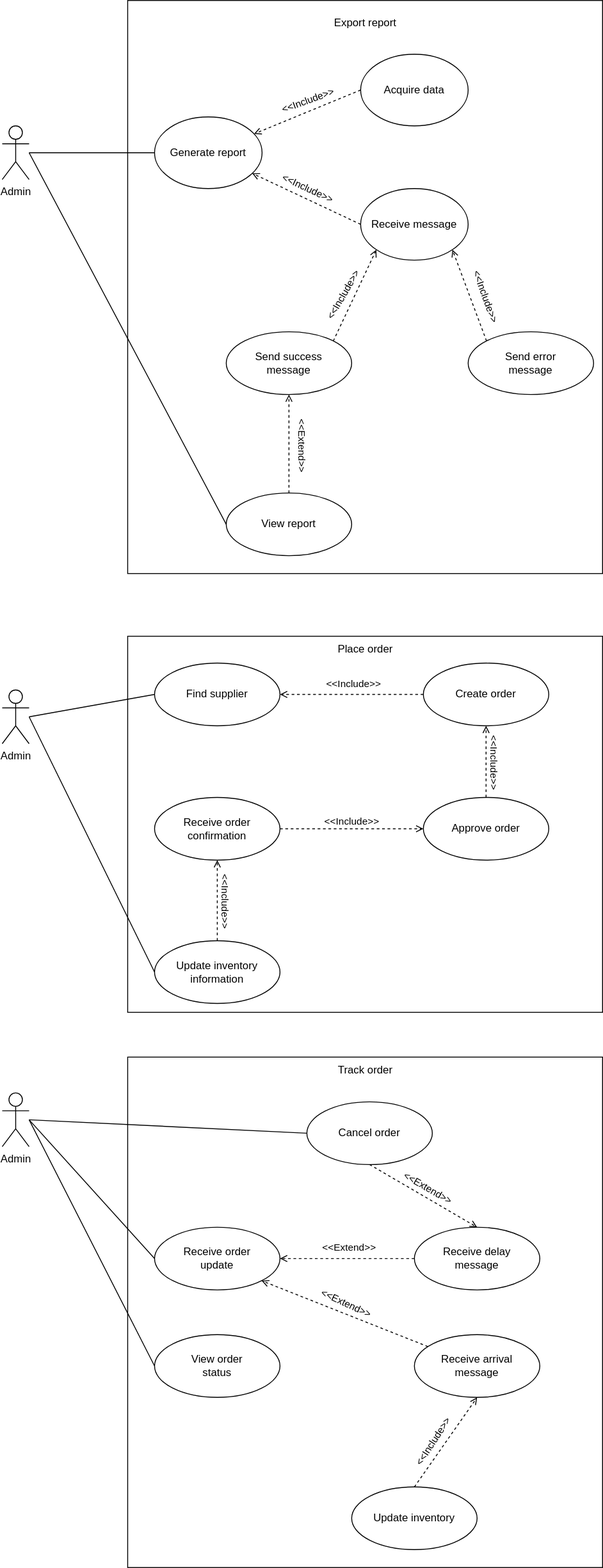
The draw.io diagram Untitled Diagram.drawio.svg in Simamkele88/IFM3_GP, before a commit. Source tidied: cells renumbered, new cells last; positions are measured from the earlier drawing's top-left corner, leaving out a move shared by most shapes.
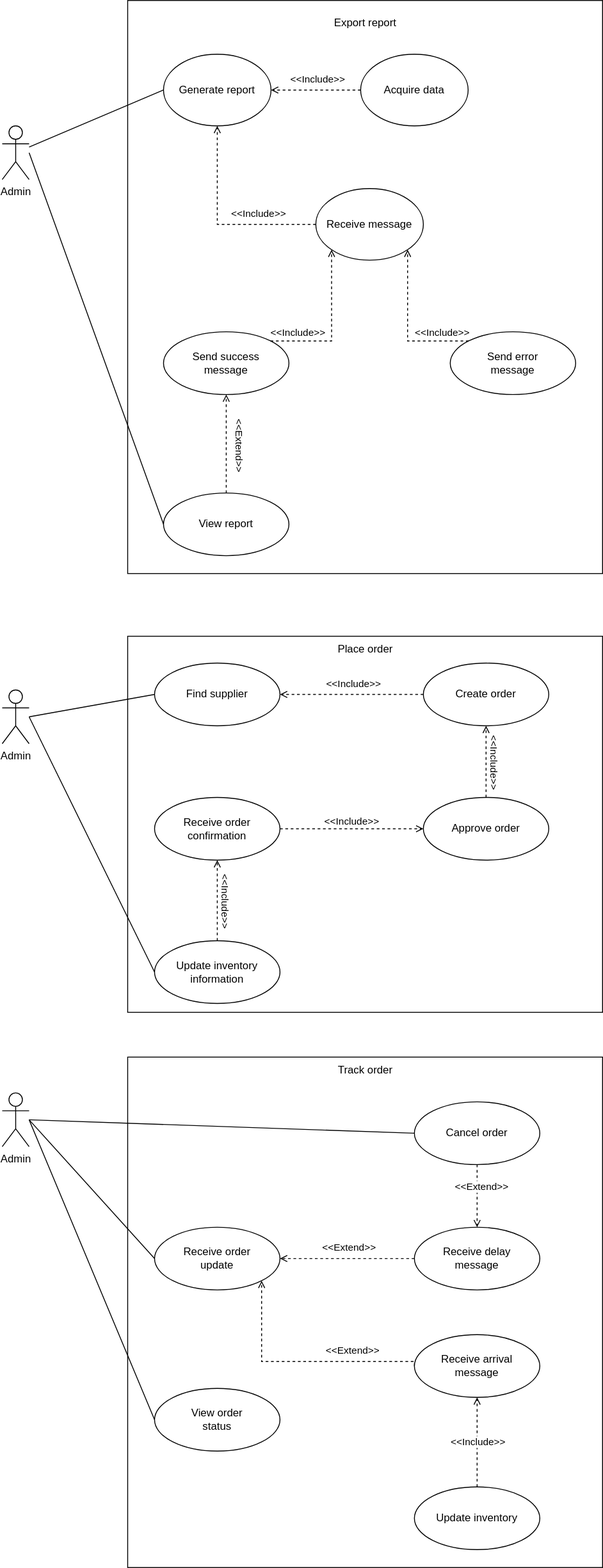
The same file after the commit.

What changed in the source:
```diff
@@ -8,7 +8,7 @@
     <mxCell id="3" style="rounded=0;jettySize=auto;html=1;exitX=0;exitY=0.5;exitDx=0;exitDy=0;dashed=1;endArrow=open;endFill=0;" parent="1" edge="1" source="5" target="7">
       <mxGeometry relative="1" as="geometry" />
     </mxCell>
-    <mxCell id="4" value="&amp;lt;&amp;lt;Include&amp;gt;&amp;gt;" style="edgeLabel;html=1;align=center;verticalAlign=middle;rotation=-20;" parent="3" vertex="1">
+    <mxCell id="4" value="&amp;lt;&amp;lt;Include&amp;gt;&amp;gt;" style="edgeLabel;html=1;align=center;verticalAlign=middle;rotation=0;" parent="3" vertex="1">
       <mxGeometry x="-0.01" y="-2" relative="1" as="geometry">
         <mxPoint y="-11" as="offset" />
       </mxGeometry>
@@ -20,10 +20,10 @@
       <mxGeometry x="352.5" y="10" width="105" height="30" as="geometry" />
     </mxCell>
     <mxCell id="7" value="Generate report" style="ellipse;whiteSpace=wrap;html=1;" parent="1" vertex="1">
-      <mxGeometry x="170" y="130" width="120" height="80" as="geometry" />
+      <mxGeometry x="180" y="60" width="120" height="80" as="geometry" />
     </mxCell>
     <mxCell id="8" value="Receive message" style="ellipse;whiteSpace=wrap;html=1;" parent="1" vertex="1">
-      <mxGeometry x="400" y="210" width="120" height="80" as="geometry" />
+      <mxGeometry x="350" y="210" width="120" height="80" as="geometry" />
     </mxCell>
     <mxCell id="9" value="Admin" style="shape=umlActor;verticalLabelPosition=bottom;verticalAlign=top;html=1;outlineConnect=0;" parent="1" vertex="1">
       <mxGeometry y="140" width="30" height="60" as="geometry" />
@@ -31,34 +31,38 @@
     <mxCell id="10" style="endArrow=none;html=1;rounded=0;entryX=0;entryY=0.5;entryDx=0;entryDy=0;" parent="1" edge="1" source="9" target="7">
       <mxGeometry relative="1" as="geometry" />
     </mxCell>
-    <mxCell id="11" style="rounded=0;jettySize=auto;html=1;exitX=0;exitY=0.5;exitDx=0;exitDy=0;dashed=1;endArrow=open;endFill=0;" parent="1" edge="1" source="8" target="7">
+    <mxCell id="11" style="rounded=0;jettySize=auto;html=1;exitX=0;exitY=0.5;exitDx=0;exitDy=0;dashed=1;endArrow=open;endFill=0;edgeStyle=orthogonalEdgeStyle;" parent="1" edge="1" source="8" target="7">
       <mxGeometry relative="1" as="geometry" />
     </mxCell>
-    <mxCell id="12" value="&amp;lt;&amp;lt;Include&amp;gt;&amp;gt;" style="edgeLabel;html=1;align=center;verticalAlign=middle;rotation=25;" parent="11" vertex="1">
+    <mxCell id="12" value="&amp;lt;&amp;lt;Include&amp;gt;&amp;gt;" style="edgeLabel;html=1;align=center;verticalAlign=middle;rotation=0;" parent="11" vertex="1">
       <mxGeometry x="-0.01" y="-2" relative="1" as="geometry">
-        <mxPoint y="-11" as="offset" />
+        <mxPoint x="44" y="-11" as="offset" />
       </mxGeometry>
     </mxCell>
     <mxCell id="13" value="Send success&lt;div&gt;message&lt;/div&gt;" style="ellipse;whiteSpace=wrap;html=1;" parent="1" vertex="1">
-      <mxGeometry x="250" y="370" width="140" height="70" as="geometry" />
+      <mxGeometry x="180" y="370" width="140" height="70" as="geometry" />
     </mxCell>
     <mxCell id="14" value="Send error&lt;div&gt;message&lt;/div&gt;" style="ellipse;whiteSpace=wrap;html=1;" parent="1" vertex="1">
-      <mxGeometry x="520" y="370" width="140" height="70" as="geometry" />
+      <mxGeometry x="500" y="370" width="140" height="70" as="geometry" />
     </mxCell>
-    <mxCell id="15" style="rounded=0;jettySize=auto;html=1;exitX=1;exitY=0;exitDx=0;exitDy=0;dashed=1;endArrow=open;endFill=0;entryX=0;entryY=1;entryDx=0;entryDy=0;" parent="1" edge="1" source="13" target="8">
+    <mxCell id="15" style="rounded=0;jettySize=auto;html=1;exitX=1;exitY=0;exitDx=0;exitDy=0;dashed=1;endArrow=open;endFill=0;entryX=0;entryY=1;entryDx=0;entryDy=0;edgeStyle=orthogonalEdgeStyle;" parent="1" edge="1" source="13" target="8">
       <mxGeometry relative="1" as="geometry" />
     </mxCell>
-    <mxCell id="16" value="&amp;lt;&amp;lt;Include&amp;gt;&amp;gt;" style="edgeLabel;html=1;align=center;verticalAlign=middle;rotation=-60;" parent="15" vertex="1">
+    <mxCell id="16" value="&amp;lt;&amp;lt;Include&amp;gt;&amp;gt;" style="edgeLabel;html=1;align=center;verticalAlign=middle;rotation=0;" parent="15" vertex="1">
       <mxGeometry x="-0.01" y="-2" relative="1" as="geometry">
-        <mxPoint x="-15" y="-1" as="offset" />
+        <mxPoint x="-40" y="6" as="offset" />
       </mxGeometry>
     </mxCell>
-    <mxCell id="17" style="rounded=0;jettySize=auto;html=1;exitX=0;exitY=0;exitDx=0;exitDy=0;dashed=1;endArrow=open;endFill=0;entryX=1;entryY=1;entryDx=0;entryDy=0;" parent="1" edge="1" source="14" target="8">
-      <mxGeometry relative="1" as="geometry" />
+    <mxCell id="17" style="rounded=0;jettySize=auto;html=1;exitX=0;exitY=0;exitDx=0;exitDy=0;dashed=1;endArrow=open;endFill=0;entryX=1;entryY=1;entryDx=0;entryDy=0;edgeStyle=orthogonalEdgeStyle;" parent="1" edge="1" source="14" target="8">
+      <mxGeometry relative="1" as="geometry">
+        <Array as="points">
+          <mxPoint x="452" y="380" />
+        </Array>
+      </mxGeometry>
     </mxCell>
-    <mxCell id="18" value="&amp;lt;&amp;lt;Include&amp;gt;&amp;gt;" style="edgeLabel;html=1;align=center;verticalAlign=middle;rotation=70;" parent="17" vertex="1">
+    <mxCell id="18" value="&amp;lt;&amp;lt;Include&amp;gt;&amp;gt;" style="edgeLabel;html=1;align=center;verticalAlign=middle;rotation=0;" parent="17" vertex="1">
       <mxGeometry x="-0.01" y="-2" relative="1" as="geometry">
-        <mxPoint x="17" y="1" as="offset" />
+        <mxPoint x="36" y="6" as="offset" />
       </mxGeometry>
     </mxCell>
     <mxCell id="19" style="rounded=0;jettySize=auto;html=1;entryX=0.5;entryY=1;entryDx=0;entryDy=0;dashed=1;endArrow=open;endFill=0;" parent="1" edge="1" source="21" target="13">
@@ -70,7 +74,7 @@
       </mxGeometry>
     </mxCell>
     <mxCell id="21" value="View report" style="ellipse;whiteSpace=wrap;html=1;" parent="1" vertex="1">
-      <mxGeometry x="250" y="550" width="140" height="70" as="geometry" />
+      <mxGeometry x="180" y="550" width="140" height="70" as="geometry" />
     </mxCell>
     <mxCell id="22" style="whiteSpace=wrap;html=1;" parent="1" vertex="1">
       <mxGeometry x="140" y="710" width="530" height="420" as="geometry" />
@@ -156,7 +160,7 @@
       <mxGeometry x="170" y="1370" width="140" height="70" as="geometry" />
     </mxCell>
     <mxCell id="45" value="View order&lt;div&gt;status&lt;/div&gt;" style="ellipse;whiteSpace=wrap;html=1;" parent="1" vertex="1">
-      <mxGeometry x="170" y="1490" width="140" height="70" as="geometry" />
+      <mxGeometry x="170" y="1550" width="140" height="70" as="geometry" />
     </mxCell>
     <mxCell id="46" value="Receive delay&lt;div&gt;message&lt;/div&gt;" style="ellipse;whiteSpace=wrap;html=1;" parent="1" vertex="1">
       <mxGeometry x="460" y="1370" width="140" height="70" as="geometry" />
@@ -172,12 +176,17 @@
         <mxPoint y="-11" as="offset" />
       </mxGeometry>
     </mxCell>
-    <mxCell id="50" style="rounded=0;jettySize=auto;html=1;dashed=1;endArrow=open;endFill=0;entryX=1;entryY=1;entryDx=0;entryDy=0;" parent="1" edge="1" source="47" target="44">
-      <mxGeometry relative="1" as="geometry" />
+    <mxCell id="50" style="rounded=0;jettySize=auto;html=1;dashed=1;endArrow=open;endFill=0;entryX=1;entryY=1;entryDx=0;entryDy=0;edgeStyle=orthogonalEdgeStyle;exitX=0;exitY=0.5;exitDx=0;exitDy=0;" parent="1" edge="1" source="47" target="44">
+      <mxGeometry relative="1" as="geometry">
+        <Array as="points">
+          <mxPoint x="460" y="1520" />
+          <mxPoint x="290" y="1520" />
+        </Array>
+      </mxGeometry>
     </mxCell>
-    <mxCell id="51" value="&amp;lt;&amp;lt;Extend&amp;gt;&amp;gt;" style="edgeLabel;html=1;align=center;verticalAlign=middle;rotation=25;" parent="50" vertex="1">
+    <mxCell id="51" value="&amp;lt;&amp;lt;Extend&amp;gt;&amp;gt;" style="edgeLabel;html=1;align=center;verticalAlign=middle;rotation=0;" parent="50" vertex="1">
       <mxGeometry x="-0.01" y="-2" relative="1" as="geometry">
-        <mxPoint y="-11" as="offset" />
+        <mxPoint x="57" y="-11" as="offset" />
       </mxGeometry>
     </mxCell>
     <mxCell id="52" style="endArrow=none;html=1;rounded=0;entryX=0;entryY=0.5;entryDx=0;entryDy=0;" parent="1" edge="1" target="44">
@@ -191,28 +200,28 @@
       </mxGeometry>
     </mxCell>
     <mxCell id="54" value="Update inventory" style="ellipse;whiteSpace=wrap;html=1;" parent="1" vertex="1">
-      <mxGeometry x="390" y="1660" width="140" height="70" as="geometry" />
+      <mxGeometry x="460" y="1660" width="140" height="70" as="geometry" />
     </mxCell>
     <mxCell id="55" style="rounded=0;jettySize=auto;html=1;dashed=1;endArrow=open;endFill=0;entryX=0.5;entryY=1;entryDx=0;entryDy=0;exitX=0.5;exitY=0;exitDx=0;exitDy=0;" parent="1" edge="1" source="54" target="47">
       <mxGeometry relative="1" as="geometry" />
     </mxCell>
-    <mxCell id="56" value="&amp;lt;&amp;lt;Include&amp;gt;&amp;gt;" style="edgeLabel;html=1;align=center;verticalAlign=middle;rotation=-57;" parent="55" vertex="1">
+    <mxCell id="56" value="&amp;lt;&amp;lt;Include&amp;gt;&amp;gt;" style="edgeLabel;html=1;align=center;verticalAlign=middle;rotation=0;" parent="55" vertex="1">
       <mxGeometry x="-0.01" y="-2" relative="1" as="geometry">
-        <mxPoint x="-16" y="-2" as="offset" />
+        <mxPoint x="-2" y="-2" as="offset" />
       </mxGeometry>
     </mxCell>
     <mxCell id="57" value="Cancel order" style="ellipse;whiteSpace=wrap;html=1;" parent="1" vertex="1">
-      <mxGeometry x="340" y="1230" width="140" height="70" as="geometry" />
+      <mxGeometry x="460" y="1230" width="140" height="70" as="geometry" />
     </mxCell>
     <mxCell id="58" style="endArrow=none;html=1;rounded=0;entryX=0;entryY=0.5;entryDx=0;entryDy=0;" parent="1" edge="1" target="57">
       <mxGeometry relative="1" as="geometry">
         <mxPoint x="30" y="1250" as="sourcePoint" />
       </mxGeometry>
     </mxCell>
-    <mxCell id="59" style="rounded=0;jettySize=auto;html=1;exitX=0.5;exitY=1;exitDx=0;exitDy=0;dashed=1;endArrow=open;endFill=0;entryX=0.5;entryY=0;entryDx=0;entryDy=0;" parent="1" edge="1" source="57" target="46">
+    <mxCell id="59" style="rounded=0;jettySize=auto;html=1;exitX=0.5;exitY=1;exitDx=0;exitDy=0;dashed=1;endArrow=open;endFill=0;entryX=0.5;entryY=0;entryDx=0;entryDy=0;edgeStyle=orthogonalEdgeStyle;" parent="1" edge="1" source="57" target="46">
       <mxGeometry relative="1" as="geometry" />
     </mxCell>
-    <mxCell id="60" value="&amp;lt;&amp;lt;Extend&amp;gt;&amp;gt;" style="edgeLabel;html=1;align=center;verticalAlign=middle;rotation=30;" parent="59" vertex="1">
+    <mxCell id="60" value="&amp;lt;&amp;lt;Extend&amp;gt;&amp;gt;" style="edgeLabel;html=1;align=center;verticalAlign=middle;rotation=0;" parent="59" vertex="1">
       <mxGeometry x="-0.01" y="-2" relative="1" as="geometry">
         <mxPoint x="6" y="-11" as="offset" />
       </mxGeometry>
```
